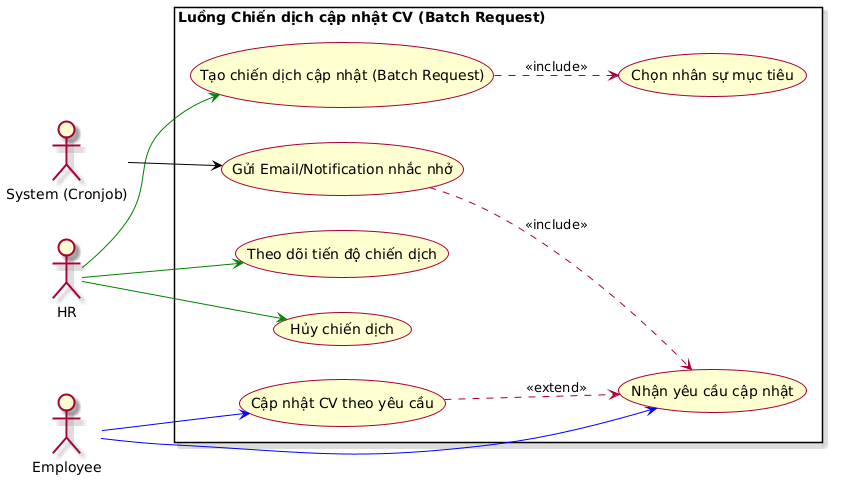
Before: report/images/UseCaseDiagram_BatchRequest.png, a diagram exported from PlantUML (Kyyaaaa/UmiCV). The source it was exported from:
```plantuml
@startuml
left to right direction
skin rose

actor "HR" as HR
actor "Employee" as Employee
actor "System (Cronjob)" as System

rectangle "Luồng Chiến dịch cập nhật CV (Batch Request)" {
  usecase "Tạo chiến dịch cập nhật (Batch Request)" as UC_CreateBatch
  usecase "Chọn nhân sự mục tiêu" as UC_SelectTargets
  usecase "Theo dõi tiến độ chiến dịch" as UC_TrackBatch
  usecase "Hủy chiến dịch" as UC_CancelBatch

  usecase "Nhận yêu cầu cập nhật" as UC_ReceiveReq
  usecase "Cập nhật CV theo yêu cầu" as UC_UpdateCV

  usecase "Gửi Email/Notification nhắc nhở" as UC_SendReminders

  HR --> UC_CreateBatch #green
  HR --> UC_TrackBatch #green
  HR --> UC_CancelBatch #green

  UC_CreateBatch ..> UC_SelectTargets : "<< include >>"

  Employee --> UC_ReceiveReq #blue
  Employee --> UC_UpdateCV #blue

  UC_UpdateCV ..> UC_ReceiveReq : "<< extend >>"

  System --> UC_SendReminders #black
  UC_SendReminders ..> UC_ReceiveReq : "<< include >>"
}
@enduml
```
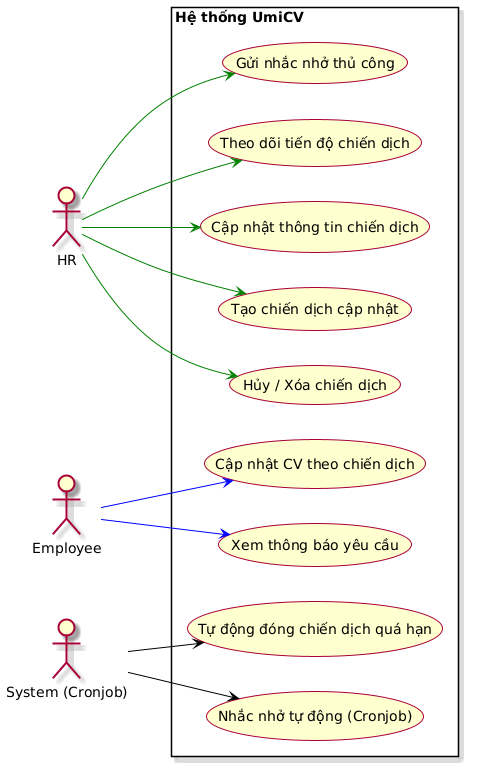
After the change.

The edit, as a diff of the source:
```diff
@@ -6,29 +6,29 @@
 actor "Employee" as Employee
 actor "System (Cronjob)" as System
 
-rectangle "Luồng Chiến dịch cập nhật CV (Batch Request)" {
-  usecase "Tạo chiến dịch cập nhật (Batch Request)" as UC_CreateBatch
-  usecase "Chọn nhân sự mục tiêu" as UC_SelectTargets
+rectangle "Hệ thống UmiCV" {
+  usecase "Tạo chiến dịch cập nhật" as UC_CreateBatch
+  usecase "Cập nhật thông tin chiến dịch" as UC_UpdateBatch
   usecase "Theo dõi tiến độ chiến dịch" as UC_TrackBatch
-  usecase "Hủy chiến dịch" as UC_CancelBatch
+  usecase "Gửi nhắc nhở thủ công" as UC_ManualRemind
+  usecase "Hủy / Xóa chiến dịch" as UC_CancelDeleteBatch
 
-  usecase "Nhận yêu cầu cập nhật" as UC_ReceiveReq
-  usecase "Cập nhật CV theo yêu cầu" as UC_UpdateCV
+  usecase "Xem thông báo yêu cầu" as UC_ReceiveReq
+  usecase "Cập nhật CV theo chiến dịch" as UC_UpdateCV
 
-  usecase "Gửi Email/Notification nhắc nhở" as UC_SendReminders
+  usecase "Nhắc nhở tự động (Cronjob)" as UC_SendReminders
+  usecase "Tự động đóng chiến dịch quá hạn" as UC_AutoCloseBatch
 
   HR --> UC_CreateBatch #green
+  HR --> UC_UpdateBatch #green
   HR --> UC_TrackBatch #green
-  HR --> UC_CancelBatch #green
-
-  UC_CreateBatch ..> UC_SelectTargets : "<< include >>"
+  HR --> UC_ManualRemind #green
+  HR --> UC_CancelDeleteBatch #green
 
   Employee --> UC_ReceiveReq #blue
   Employee --> UC_UpdateCV #blue
 
-  UC_UpdateCV ..> UC_ReceiveReq : "<< extend >>"
-
   System --> UC_SendReminders #black
-  UC_SendReminders ..> UC_ReceiveReq : "<< include >>"
+  System --> UC_AutoCloseBatch #black
 }
 @enduml
```
